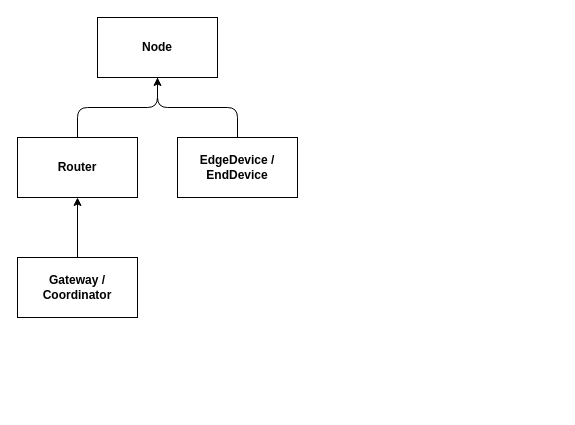
Earlier version of the draw.io diagram page "node-taxonomy" (5 of 6) of doc/Untitled Diagram.drawio (paganellif/ws-project-paganelli-2021). Source tidied: cells renumbered, new cells numbered last; positions are measured from the earlier drawing's top-left corner, leaving out a move shared by most shapes. Both pictures are drawn from the tidied source at 100%, with x=0, y=0 at pixel (17, 17).
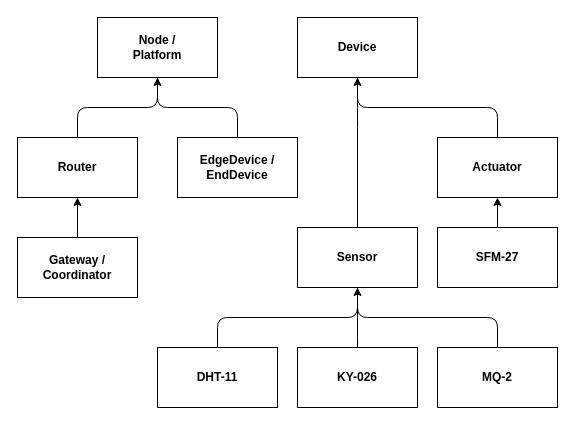
The same diagram, later.

Diff of the diagram source:
```diff
@@
-    <mxCell id="2" value="&lt;b&gt;Node&lt;/b&gt;" style="rounded=0;whiteSpace=wrap;html=1;" parent="1" vertex="1">
+    <mxCell id="2" value="&lt;b&gt;Node /&lt;br&gt;Platform&lt;br&gt;&lt;/b&gt;" style="rounded=0;whiteSpace=wrap;html=1;" parent="1" vertex="1">
       <mxGeometry x="80" width="120" height="60" as="geometry" />
     </mxCell>
     <mxCell id="3" value="&lt;b&gt;Gateway /&lt;br&gt;Coordinator&lt;/b&gt;" style="rounded=0;whiteSpace=wrap;html=1;" parent="1" vertex="1">
-      <mxGeometry y="240" width="120" height="60" as="geometry" />
+      <mxGeometry y="220" width="120" height="60" as="geometry" />
     </mxCell>
@@
+    <mxCell id="9" value="&lt;b&gt;Device&lt;/b&gt;" style="rounded=0;whiteSpace=wrap;html=1;" parent="1" vertex="1">
+      <mxGeometry x="280" width="120" height="60" as="geometry" />
+    </mxCell>
+    <mxCell id="10" value="&lt;b&gt;Actuator&lt;/b&gt;" style="rounded=0;whiteSpace=wrap;html=1;" parent="1" vertex="1">
+      <mxGeometry x="420" y="120" width="120" height="60" as="geometry" />
+    </mxCell>
+    <mxCell id="11" value="&lt;b&gt;Sensor&lt;/b&gt;" style="rounded=0;whiteSpace=wrap;html=1;" parent="1" vertex="1">
+      <mxGeometry x="280" y="210" width="120" height="60" as="geometry" />
+    </mxCell>
+    <mxCell id="12" style="endArrow=classic;html=1;entryX=0.5;entryY=1;entryDx=0;entryDy=0;exitX=0.5;exitY=0;exitDx=0;exitDy=0;" parent="1" edge="1" source="11" target="9">
+      <mxGeometry relative="1" as="geometry">
+        <Array as="points">
+          <mxPoint x="340" y="100" />
+        </Array>
+      </mxGeometry>
+    </mxCell>
+    <mxCell id="13" style="endArrow=none;html=1;exitX=0.5;exitY=0;exitDx=0;exitDy=0;entryX=0.5;entryY=1;entryDx=0;entryDy=0;" parent="1" edge="1" source="10" target="9">
+      <mxGeometry relative="1" as="geometry">
+        <Array as="points">
+          <mxPoint x="480" y="90" />
+          <mxPoint x="340" y="90" />
+        </Array>
+      </mxGeometry>
+    </mxCell>
+    <mxCell id="14" value="&lt;b&gt;DHT-11&lt;/b&gt;" style="rounded=0;whiteSpace=wrap;html=1;" parent="1" vertex="1">
+      <mxGeometry x="140" y="330" width="120" height="60" as="geometry" />
+    </mxCell>
+    <mxCell id="15" style="endArrow=none;html=1;exitX=0.5;exitY=0;exitDx=0;exitDy=0;entryX=0.5;entryY=1;entryDx=0;entryDy=0;" parent="1" edge="1" source="20" target="11">
+      <mxGeometry relative="1" as="geometry">
+        <Array as="points">
+          <mxPoint x="480" y="300" />
+          <mxPoint x="340" y="300" />
+        </Array>
+      </mxGeometry>
+    </mxCell>
+    <mxCell id="16" value="&lt;b&gt;SFM-27&lt;/b&gt;" style="rounded=0;whiteSpace=wrap;html=1;" parent="1" vertex="1">
+      <mxGeometry x="420" y="210" width="120" height="60" as="geometry" />
+    </mxCell>
+    <mxCell id="17" style="endArrow=classic;html=1;exitX=0.5;exitY=0;exitDx=0;exitDy=0;" parent="1" edge="1" source="16" target="10">
+      <mxGeometry relative="1" as="geometry" />
+    </mxCell>
+    <mxCell id="18" style="endArrow=none;html=1;exitX=0.5;exitY=0;exitDx=0;exitDy=0;endFill=0;" parent="1" edge="1" source="14" target="11">
+      <mxGeometry relative="1" as="geometry">
+        <Array as="points">
+          <mxPoint x="200" y="300" />
+          <mxPoint x="340" y="300" />
+        </Array>
+      </mxGeometry>
+    </mxCell>
+    <mxCell id="19" style="endArrow=classic;html=1;exitX=0.5;exitY=0;exitDx=0;exitDy=0;endFill=1;" parent="1" edge="1" source="21" target="11">
+      <mxGeometry relative="1" as="geometry">
+        <Array as="points">
+          <mxPoint x="340" y="310" />
+        </Array>
+      </mxGeometry>
+    </mxCell>
+    <mxCell id="20" value="&lt;b&gt;MQ-2&lt;/b&gt;" style="rounded=0;whiteSpace=wrap;html=1;" parent="1" vertex="1">
+      <mxGeometry x="420" y="330" width="120" height="60" as="geometry" />
+    </mxCell>
+    <mxCell id="21" value="&lt;b&gt;KY-026&lt;/b&gt;" style="rounded=0;whiteSpace=wrap;html=1;" parent="1" vertex="1">
+      <mxGeometry x="280" y="330" width="120" height="60" as="geometry" />
+    </mxCell>
```
